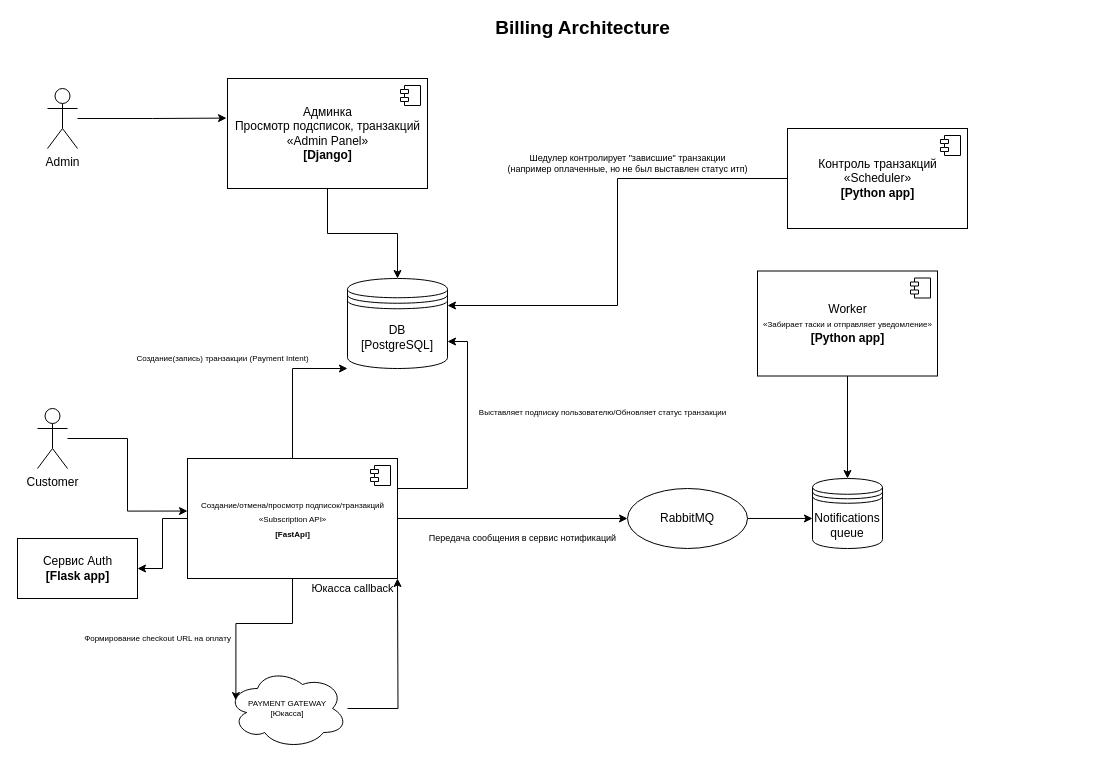
This is architecture/billing_arch.drawio from netshy/Yookassa-Billing, a draw.io file, before an edit. Source tidied: cells renumbered, new cells numbered last; positions are measured from the earlier drawing's top-left corner, leaving out a move shared by most shapes. Both pictures are drawn from the tidied source at 100%, with x=0, y=0 at pixel (17, 18).
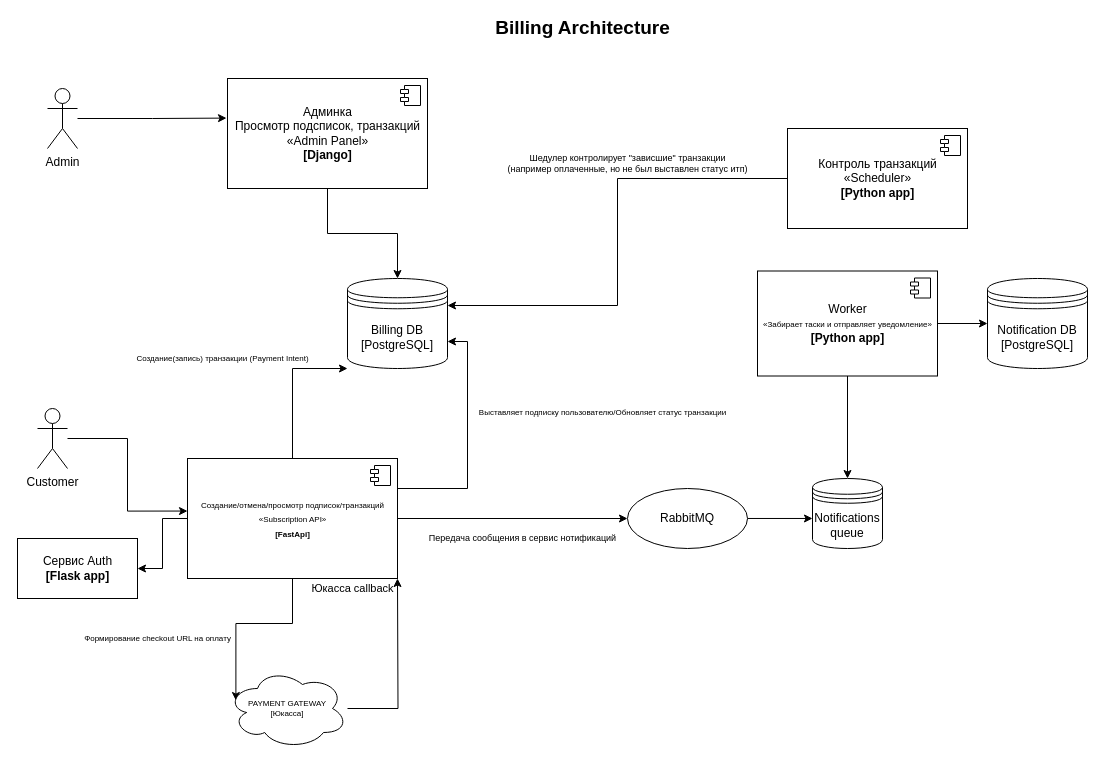
The same page after the edit.

Unchanged cells that the change refers to:
```xml
<mxCell id="27" value="Worker&lt;br&gt;&lt;font style=&quot;font-size: 8px;&quot;&gt;«Забирает таски и отправляет уведомление»&lt;br&gt;&lt;/font&gt;&lt;b&gt;[Python app]&lt;/b&gt;" style="html=1;" parent="1" vertex="1">
  <mxGeometry x="740" y="252.5" width="180" height="105" as="geometry" />
</mxCell>
```

Diff of the diagram source:
```diff
@@
-    <mxCell id="16" value="DB&lt;br&gt;[PostgreSQL]" style="shape=datastore;whiteSpace=wrap;html=1;" parent="1" vertex="1">
+    <mxCell id="16" value="Billing DB&lt;br&gt;[PostgreSQL]" style="shape=datastore;whiteSpace=wrap;html=1;" parent="1" vertex="1">
       <mxGeometry x="330" y="260" width="100" height="90" as="geometry" />
     </mxCell>
@@
+    <mxCell id="36" style="edgeStyle=orthogonalEdgeStyle;rounded=0;jettySize=auto;html=1;" parent="1" edge="1" source="27" target="37">
+      <mxGeometry relative="1" as="geometry" />
+    </mxCell>
@@
+    <mxCell id="37" value="Notification DB&lt;br&gt;[PostgreSQL]" style="shape=datastore;whiteSpace=wrap;html=1;" parent="1" vertex="1">
+      <mxGeometry x="970" y="260" width="100" height="90" as="geometry" />
+    </mxCell>
```
